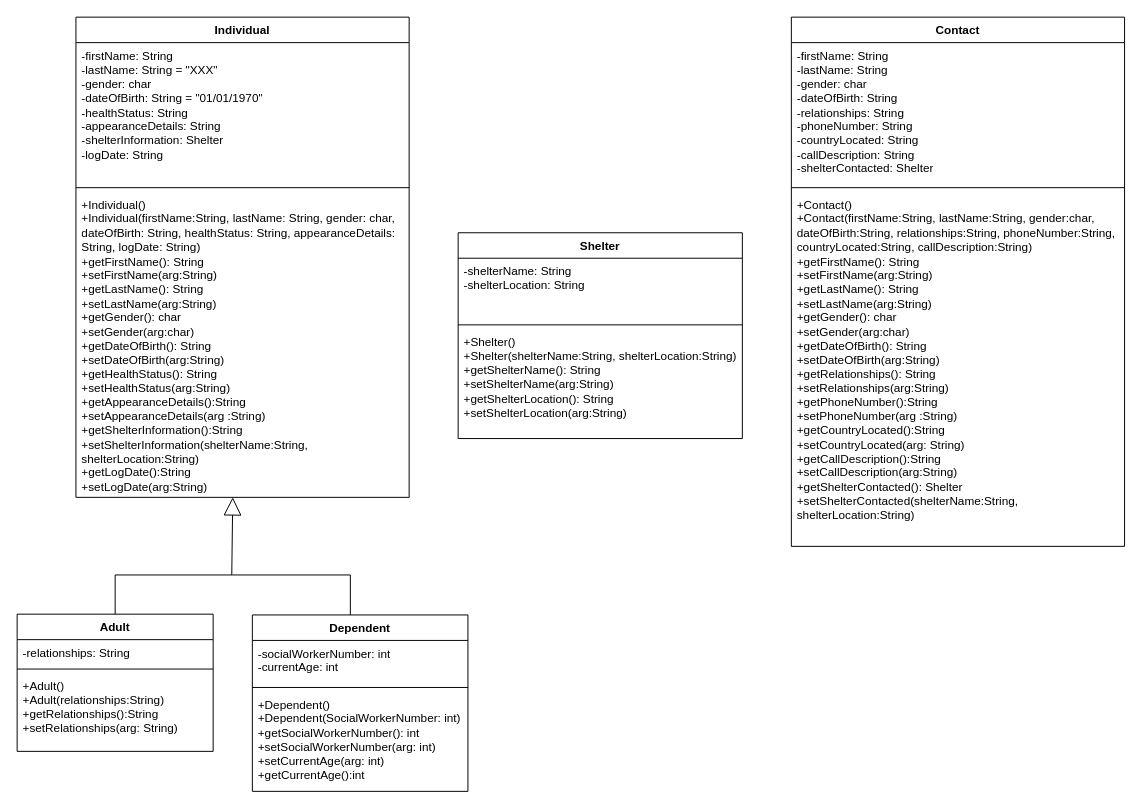
The draw.io diagram disaster_recover_UML_25.drawio in ENSF-380-Group-25/Project-1, before the edit. Source tidied: cells renumbered, new cells numbered last; positions are measured from the earlier drawing's top-left corner, leaving out a move shared by most shapes. Both pictures are drawn from the tidied source at 98%, with x=0, y=0 at pixel (17, 17).
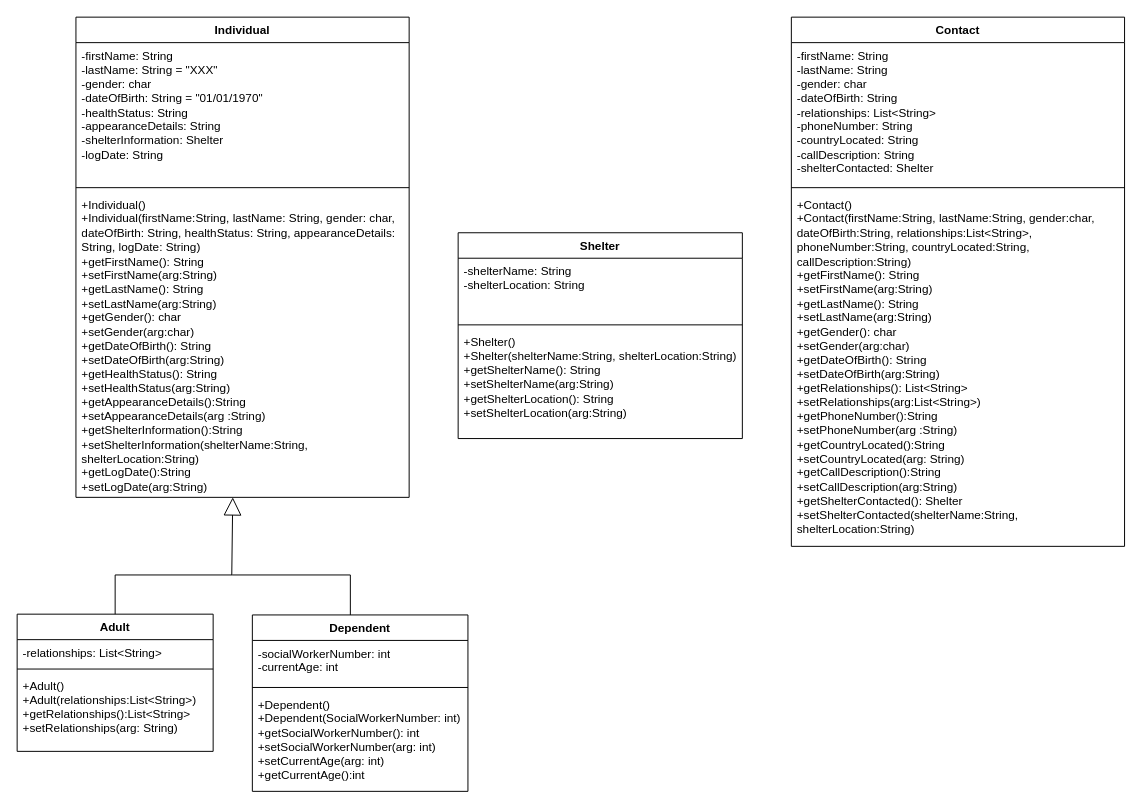
Above is the later version.

Commit message:
updated relationships attribute(added lists)

The change refers to these unchanged cells:
```xml
<mxCell id="7" value="Adult" style="swimlane;fontStyle=1;align=center;verticalAlign=top;horizontal=1;startSize=26;whiteSpace=wrap;html=1;" parent="1" vertex="1">
  <mxGeometry y="609.2" width="200" height="140" as="geometry" />
</mxCell>
<mxCell id="23" value="Contact" style="swimlane;fontStyle=1;align=center;verticalAlign=top;horizontal=1;startSize=26;whiteSpace=wrap;html=1;" parent="1" vertex="1">
  <mxGeometry x="790" width="340" height="540" as="geometry" />
</mxCell>
```

What changed in the source:
```diff
@@
-    <mxCell id="8" value="-relationships: String" style="text;strokeColor=none;fillColor=none;align=left;verticalAlign=top;spacingLeft=4;spacingRight=4;overflow=hidden;whiteSpace=wrap;html=1;" parent="7" vertex="1">
+    <mxCell id="8" value="-relationships: List&amp;lt;String&amp;gt;" style="text;strokeColor=none;fillColor=none;align=left;verticalAlign=top;spacingLeft=4;spacingRight=4;overflow=hidden;whiteSpace=wrap;html=1;" parent="7" vertex="1">
       <mxGeometry y="26" width="200" height="26" as="geometry" />
     </mxCell>
@@
-    <mxCell id="10" value="+Adult()&lt;div&gt;+Adult(relationships:String&lt;span style=&quot;background-color: transparent; color: light-dark(rgb(0, 0, 0), rgb(255, 255, 255));&quot;&gt;)&lt;/span&gt;&lt;/div&gt;&lt;div&gt;&lt;div&gt;+getRelationships():String&lt;div&gt;+setRelationships(arg: String)&lt;/div&gt;&lt;/div&gt;&lt;/div&gt;" style="text;strokeColor=none;fillColor=none;align=left;verticalAlign=top;spacingLeft=4;spacingRight=4;overflow=hidden;whiteSpace=wrap;html=1;" parent="7" vertex="1">
+    <mxCell id="10" value="+Adult()&lt;div&gt;+Adult(relationships:List&amp;lt;String&amp;gt;&lt;span style=&quot;background-color: transparent; color: light-dark(rgb(0, 0, 0), rgb(255, 255, 255));&quot;&gt;)&lt;/span&gt;&lt;/div&gt;&lt;div&gt;&lt;div&gt;+getRelationships():List&amp;lt;String&amp;gt;&lt;div&gt;+setRelationships(arg: String)&lt;/div&gt;&lt;/div&gt;&lt;/div&gt;" style="text;strokeColor=none;fillColor=none;align=left;verticalAlign=top;spacingLeft=4;spacingRight=4;overflow=hidden;whiteSpace=wrap;html=1;" parent="7" vertex="1">
       <mxGeometry y="60" width="200" height="80" as="geometry" />
     </mxCell>
@@
-    <mxCell id="24" value="&lt;div&gt;-firstName: String&lt;div&gt;-lastName: String&lt;/div&gt;&lt;div&gt;-gender: char&lt;/div&gt;&lt;div&gt;-dateOfBirth: String&lt;/div&gt;&lt;div&gt;-relationships: String&lt;/div&gt;&lt;div&gt;-phoneNumber: String&lt;/div&gt;&lt;div&gt;-countryLocated: String&lt;/div&gt;&lt;div&gt;-callDescription: String&lt;/div&gt;&lt;/div&gt;&lt;div&gt;-shelterContacted: Shelter&lt;/div&gt;" style="text;strokeColor=none;fillColor=none;align=left;verticalAlign=top;spacingLeft=4;spacingRight=4;overflow=hidden;whiteSpace=wrap;html=1;" parent="23" vertex="1">
+    <mxCell id="24" value="&lt;div&gt;-firstName: String&lt;div&gt;-lastName: String&lt;/div&gt;&lt;div&gt;-gender: char&lt;/div&gt;&lt;div&gt;-dateOfBirth: String&lt;/div&gt;&lt;div&gt;-relationships: List&amp;lt;String&amp;gt;&lt;/div&gt;&lt;div&gt;-phoneNumber: String&lt;/div&gt;&lt;div&gt;-countryLocated: String&lt;/div&gt;&lt;div&gt;-callDescription: String&lt;/div&gt;&lt;/div&gt;&lt;div&gt;-shelterContacted: Shelter&lt;/div&gt;" style="text;strokeColor=none;fillColor=none;align=left;verticalAlign=top;spacingLeft=4;spacingRight=4;overflow=hidden;whiteSpace=wrap;html=1;" parent="23" vertex="1">
       <mxGeometry y="26" width="340" height="144" as="geometry" />
     </mxCell>
@@
-    <mxCell id="26" value="&lt;div&gt;+Contact()&lt;/div&gt;&lt;div&gt;+Contact(firstName:String, lastName:String, gender:char, dateOfBirth:String, relationships:String, phoneNumber:String, countryLocated:String, callDescription:String)&lt;/div&gt;+getFirstName(): String&lt;div&gt;+setFirstName(arg:String)&lt;/div&gt;&lt;div&gt;+getLastName(): String&lt;div&gt;+setLastName(arg:String)&lt;/div&gt;&lt;div&gt;+getGender(): char&lt;div&gt;+setGender(arg:char)&lt;/div&gt;&lt;div&gt;+getDateOfBirth(): String&lt;div&gt;+setDateOfBirth(arg:String)&lt;/div&gt;&lt;div&gt;+getRelationships(): String&lt;div&gt;+setRelationships(arg:String)&lt;/div&gt;&lt;div&gt;+getPhoneNumber():String&lt;/div&gt;&lt;div&gt;+setPhoneNumber(arg&amp;nbsp;&lt;span style=&quot;background-color: transparent; color: light-dark(rgb(0, 0, 0), rgb(255, 255, 255));&quot;&gt;:String&lt;/span&gt;&lt;span style=&quot;background-color: transparent; color: light-dark(rgb(0, 0, 0), rgb(255, 255, 255));&quot;&gt;)&lt;/span&gt;&lt;/div&gt;&lt;div&gt;+getCountryLocated():String&lt;/div&gt;&lt;div&gt;+setCountryLocated(arg: String)&lt;/div&gt;&lt;div&gt;+getCallDescription():String&lt;/div&gt;&lt;div&gt;+setCallDescription(arg:String)&lt;/div&gt;&lt;/div&gt;&lt;/div&gt;&lt;/div&gt;&lt;/div&gt;&lt;div&gt;+getShelterContacted(): Shelter&lt;/div&gt;&lt;div&gt;+setShelterContacted(shelterName:String, shelterLocation:String)&lt;/div&gt;" style="text;strokeColor=none;fillColor=none;align=left;verticalAlign=top;spacingLeft=4;spacingRight=4;overflow=hidden;whiteSpace=wrap;html=1;" parent="23" vertex="1">
+    <mxCell id="26" value="&lt;div&gt;+Contact()&lt;/div&gt;&lt;div&gt;+Contact(firstName:String, lastName:String, gender:char, dateOfBirth:String, relationships:List&amp;lt;String&amp;gt;, phoneNumber:String, countryLocated:String, callDescription:String)&lt;/div&gt;+getFirstName(): String&lt;div&gt;+setFirstName(arg:String)&lt;/div&gt;&lt;div&gt;+getLastName(): String&lt;div&gt;+setLastName(arg:String)&lt;/div&gt;&lt;div&gt;+getGender(): char&lt;div&gt;+setGender(arg:char)&lt;/div&gt;&lt;div&gt;+getDateOfBirth(): String&lt;div&gt;+setDateOfBirth(arg:String)&lt;/div&gt;&lt;div&gt;+getRelationships(): List&amp;lt;String&amp;gt;&lt;div&gt;+setRelationships(arg:List&amp;lt;String&amp;gt;)&lt;/div&gt;&lt;div&gt;+getPhoneNumber():String&lt;/div&gt;&lt;div&gt;+setPhoneNumber(arg&amp;nbsp;&lt;span style=&quot;background-color: transparent; color: light-dark(rgb(0, 0, 0), rgb(255, 255, 255));&quot;&gt;:String&lt;/span&gt;&lt;span style=&quot;background-color: transparent; color: light-dark(rgb(0, 0, 0), rgb(255, 255, 255));&quot;&gt;)&lt;/span&gt;&lt;/div&gt;&lt;div&gt;+getCountryLocated():String&lt;/div&gt;&lt;div&gt;+setCountryLocated(arg: String)&lt;/div&gt;&lt;div&gt;+getCallDescription():String&lt;/div&gt;&lt;div&gt;+setCallDescription(arg:String)&lt;/div&gt;&lt;/div&gt;&lt;/div&gt;&lt;/div&gt;&lt;/div&gt;&lt;div&gt;+getShelterContacted(): Shelter&lt;/div&gt;&lt;div&gt;+setShelterContacted(shelterName:String, shelterLocation:String)&lt;/div&gt;" style="text;strokeColor=none;fillColor=none;align=left;verticalAlign=top;spacingLeft=4;spacingRight=4;overflow=hidden;whiteSpace=wrap;html=1;" parent="23" vertex="1">
       <mxGeometry y="178" width="340" height="362" as="geometry" />
     </mxCell>
```
